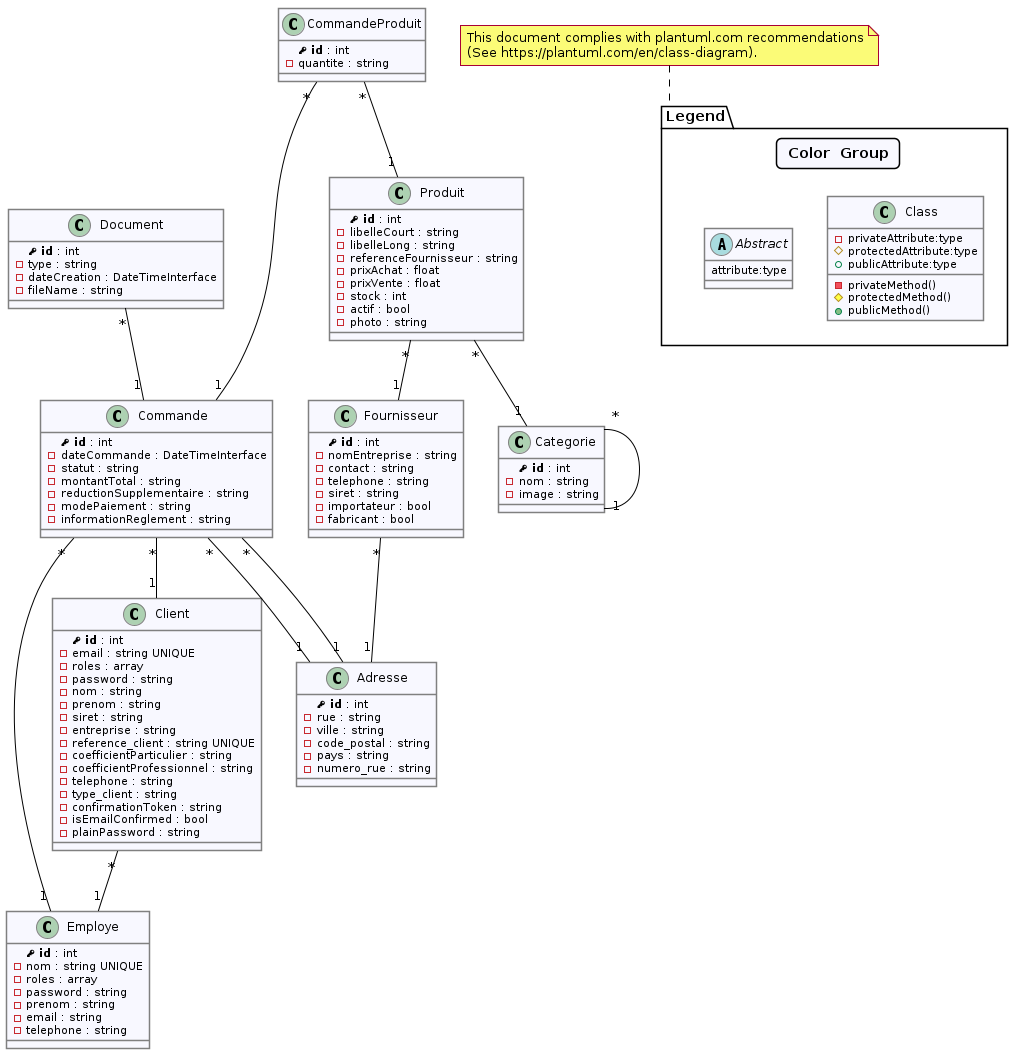
This is classes.png from clemence95/villagegreen, a PlantUML export, as it was before one commit. Its source is kept beside it as classes.puml.
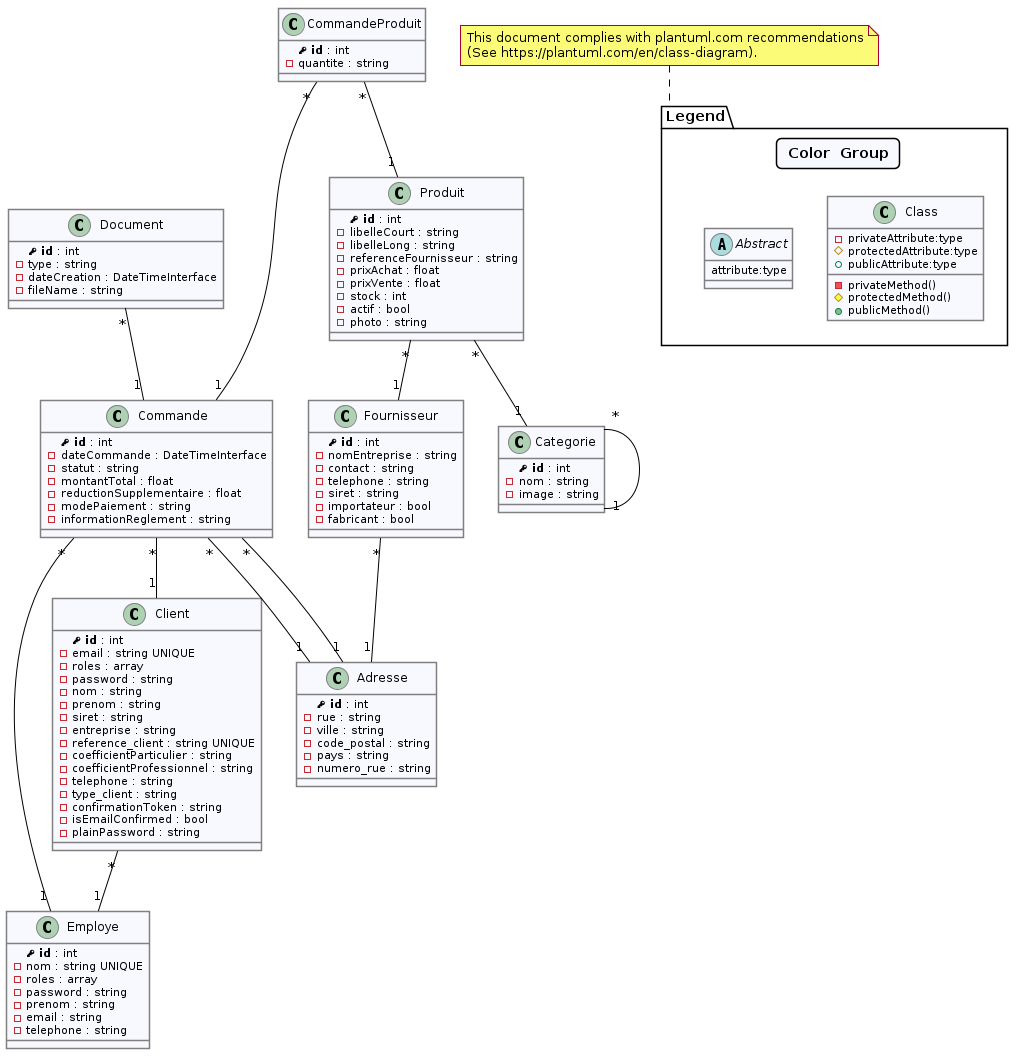
Above is the later version.

Diff of the diagram source:
```diff
@@ -98,8 +98,8 @@
   primary_key( id ) : int
   -dateCommande : DateTimeInterface
   -statut : string
-  -montantTotal : string
-  -reductionSupplementaire : string
+  -montantTotal : float
+  -reductionSupplementaire : float
   -modePaiement : string
   -informationReglement : string
 }
```
